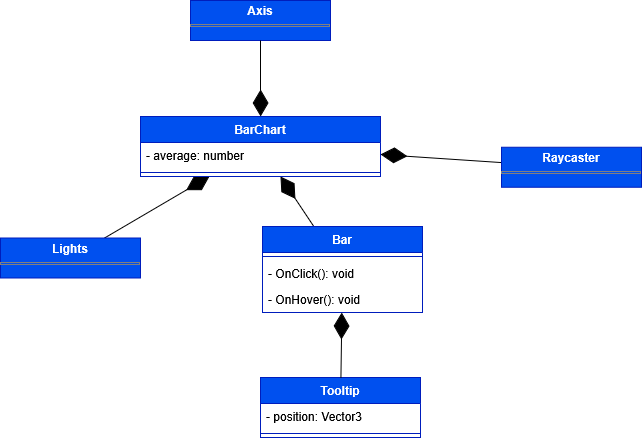
This is Docs/PB/Generali Esterni/specifica_tecnica/template/images/uml_front/ui/barchart.png from 6BitBusters/6BitBusters.github.io, a draw.io export, as it was before one commit. Source tidied: cells renumbered, new cells last; positions are measured from the earlier drawing's top-left corner, leaving out a move shared by most shapes.
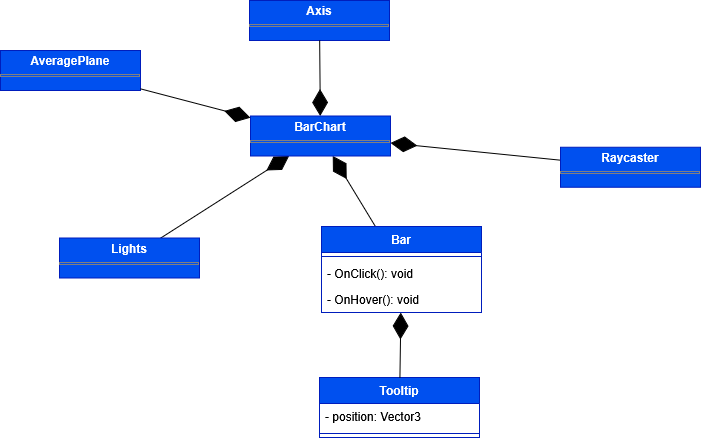
Above is the later version.

What changed in the source:
```diff
@@ -5,16 +5,16 @@
     <mxCell id="2" value="&lt;p style=&quot;margin:0px;margin-top:4px;text-align:center;&quot;&gt;&lt;b&gt;Axis&lt;/b&gt;&lt;/p&gt;&lt;hr size=&quot;1&quot; style=&quot;border-style:solid;&quot;&gt;&lt;div style=&quot;height:2px;&quot;&gt;&lt;/div&gt;" style="verticalAlign=top;align=left;overflow=fill;html=1;whiteSpace=wrap;fillColor=#0050ef;fontColor=#ffffff;strokeColor=#001DBC;" parent="1" vertex="1">
       <mxGeometry x="190" width="140" height="40" as="geometry" />
     </mxCell>
-    <mxCell id="3" style="endArrow=diamondThin;endFill=1;endSize=24;html=1;rounded=0;" parent="1" edge="1" source="2" target="15">
+    <mxCell id="3" style="endArrow=diamondThin;endFill=1;endSize=24;html=1;rounded=0;" parent="1" edge="1" source="2" target="17">
       <mxGeometry relative="1" as="geometry" />
     </mxCell>
-    <mxCell id="4" style="endArrow=diamondThin;endFill=1;endSize=24;html=1;rounded=0;" parent="1" edge="1" source="5" target="15">
+    <mxCell id="4" style="endArrow=diamondThin;endFill=1;endSize=24;html=1;rounded=0;" parent="1" edge="1" source="5" target="17">
       <mxGeometry relative="1" as="geometry" />
     </mxCell>
     <mxCell id="5" value="&lt;p style=&quot;margin:0px;margin-top:4px;text-align:center;&quot;&gt;&lt;b&gt;Lights&lt;/b&gt;&lt;/p&gt;&lt;hr size=&quot;1&quot; style=&quot;border-style:solid;&quot;&gt;&lt;div style=&quot;height:2px;&quot;&gt;&lt;/div&gt;" style="verticalAlign=top;align=left;overflow=fill;html=1;whiteSpace=wrap;fillColor=#0050ef;fontColor=#ffffff;strokeColor=#001DBC;" parent="1" vertex="1">
       <mxGeometry y="237.5" width="140" height="40" as="geometry" />
     </mxCell>
-    <mxCell id="6" style="endArrow=diamondThin;endFill=1;endSize=24;html=1;rounded=0;" parent="1" edge="1" source="7" target="15">
+    <mxCell id="6" style="endArrow=diamondThin;endFill=1;endSize=24;html=1;rounded=0;" parent="1" edge="1" source="7" target="17">
       <mxGeometry relative="1" as="geometry" />
     </mxCell>
     <mxCell id="7" value="Bar" style="swimlane;fontStyle=1;align=center;verticalAlign=top;horizontal=1;startSize=26;whiteSpace=wrap;html=1;fillColor=#0050ef;fontColor=#ffffff;strokeColor=#001DBC;" parent="1" vertex="1">
@@ -38,22 +38,22 @@
     <mxCell id="13" style="line;strokeWidth=1;fillColor=none;align=left;verticalAlign=middle;spacingTop=-1;spacingLeft=3;spacingRight=3;labelPosition=right;strokeColor=inherit;" parent="11" vertex="1">
       <mxGeometry y="52" width="160" height="8" as="geometry" />
     </mxCell>
-    <mxCell id="14" style="endArrow=diamondThin;endFill=1;endSize=24;html=1;rounded=0;" parent="1" edge="1" source="18" target="15">
+    <mxCell id="14" style="endArrow=diamondThin;endFill=1;endSize=24;html=1;rounded=0;" parent="1" edge="1" source="15" target="17">
       <mxGeometry relative="1" as="geometry" />
     </mxCell>
-    <mxCell id="15" value="BarChart" style="swimlane;fontStyle=1;align=center;verticalAlign=top;horizontal=1;startSize=26;whiteSpace=wrap;html=1;fillColor=#0050ef;fontColor=#ffffff;strokeColor=#001DBC;" parent="1" vertex="1">
-      <mxGeometry x="140" y="116" width="240" height="60" as="geometry" />
+    <mxCell id="15" value="&lt;p style=&quot;margin:0px;margin-top:4px;text-align:center;&quot;&gt;&lt;b&gt;Raycaster&lt;/b&gt;&lt;/p&gt;&lt;hr size=&quot;1&quot; style=&quot;border-style:solid;&quot;&gt;&lt;div style=&quot;height:2px;&quot;&gt;&lt;/div&gt;" style="verticalAlign=top;align=left;overflow=fill;html=1;whiteSpace=wrap;fillColor=#0050ef;fontColor=#ffffff;strokeColor=#001DBC;" parent="1" vertex="1">
+      <mxGeometry x="501" y="146.8" width="140" height="40" as="geometry" />
     </mxCell>
-    <mxCell id="16" value="- average: number" style="text;strokeColor=none;fillColor=none;align=left;verticalAlign=top;spacingLeft=4;spacingRight=4;overflow=hidden;whiteSpace=wrap;html=1;" parent="15" vertex="1">
-      <mxGeometry y="26" width="240" height="26" as="geometry" />
+    <mxCell id="16" style="endArrow=diamondThin;endFill=1;endSize=24;html=1;rounded=0;" parent="1" edge="1" source="11" target="7">
+      <mxGeometry relative="1" as="geometry" />
     </mxCell>
-    <mxCell id="17" style="line;strokeWidth=1;fillColor=none;align=left;verticalAlign=middle;spacingTop=-1;spacingLeft=3;spacingRight=3;labelPosition=right;points=[];portConstraint=eastwest;strokeColor=inherit;" parent="15" vertex="1">
-      <mxGeometry y="52" width="240" height="8" as="geometry" />
+    <mxCell id="17" value="&lt;p style=&quot;margin:0px;margin-top:4px;text-align:center;&quot;&gt;&lt;b&gt;BarChart&lt;/b&gt;&lt;/p&gt;&lt;hr size=&quot;1&quot; style=&quot;border-style:solid;&quot;&gt;&lt;div style=&quot;height:2px;&quot;&gt;&lt;/div&gt;" style="verticalAlign=top;align=left;overflow=fill;html=1;whiteSpace=wrap;fillColor=#0050ef;fontColor=#ffffff;strokeColor=#001DBC;" parent="1" vertex="1">
+      <mxGeometry x="191" y="115.5" width="140" height="40" as="geometry" />
     </mxCell>
-    <mxCell id="18" value="&lt;p style=&quot;margin:0px;margin-top:4px;text-align:center;&quot;&gt;&lt;b&gt;Raycaster&lt;/b&gt;&lt;/p&gt;&lt;hr size=&quot;1&quot; style=&quot;border-style:solid;&quot;&gt;&lt;div style=&quot;height:2px;&quot;&gt;&lt;/div&gt;" style="verticalAlign=top;align=left;overflow=fill;html=1;whiteSpace=wrap;fillColor=#0050ef;fontColor=#ffffff;strokeColor=#001DBC;" parent="1" vertex="1">
-      <mxGeometry x="501" y="146.8" width="140" height="40" as="geometry" />
+    <mxCell id="18" value="&lt;p style=&quot;margin:0px;margin-top:4px;text-align:center;&quot;&gt;&lt;b&gt;AveragePlane&lt;/b&gt;&lt;/p&gt;&lt;hr size=&quot;1&quot; style=&quot;border-style:solid;&quot;&gt;&lt;div style=&quot;height:2px;&quot;&gt;&lt;/div&gt;" style="verticalAlign=top;align=left;overflow=fill;html=1;whiteSpace=wrap;fillColor=#0050ef;fontColor=#ffffff;strokeColor=#001DBC;" parent="1" vertex="1">
+      <mxGeometry x="-59" y="50" width="140" height="40" as="geometry" />
     </mxCell>
-    <mxCell id="19" style="endArrow=diamondThin;endFill=1;endSize=24;html=1;rounded=0;" parent="1" edge="1" source="11" target="7">
+    <mxCell id="19" style="endArrow=diamondThin;endFill=1;endSize=24;html=1;rounded=0;" parent="1" edge="1" source="18" target="17">
       <mxGeometry relative="1" as="geometry" />
     </mxCell>
   </root>
```
